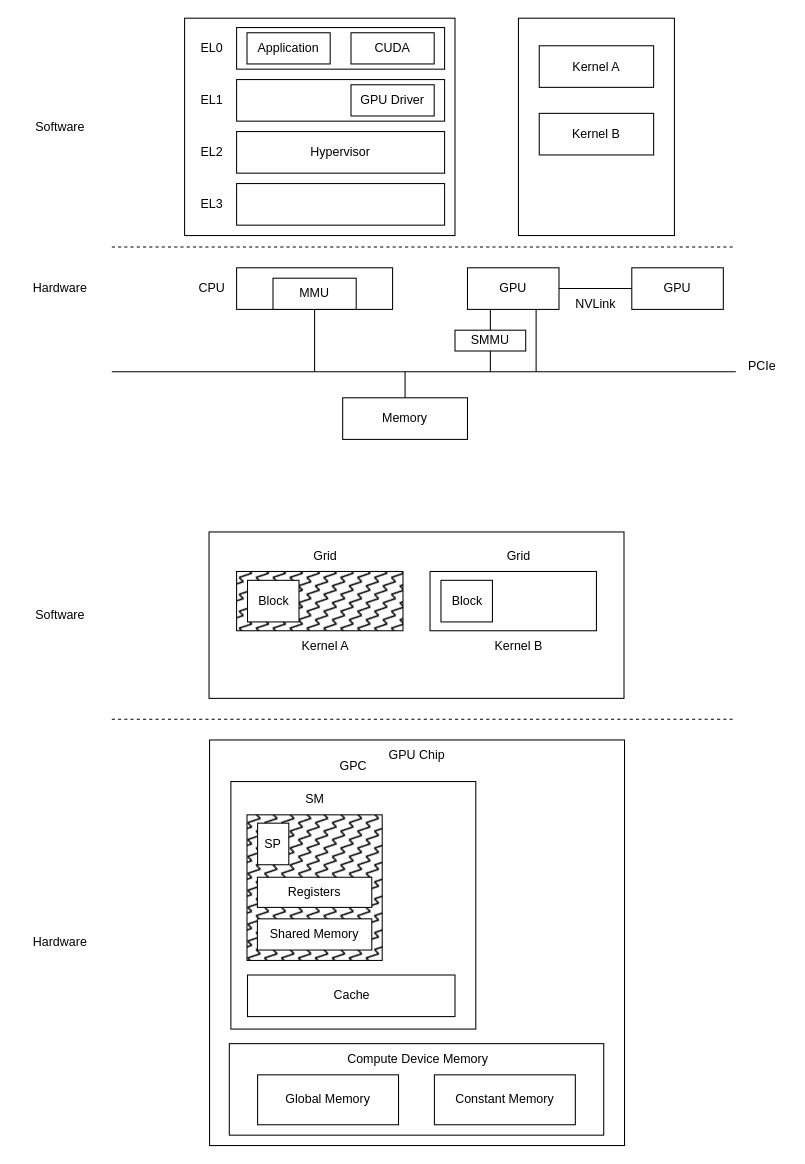
Before: gpu.drawio in qianfei11/draw.io, a draw.io diagram. Source tidied: cells renumbered, new cells numbered last; positions are measured from the earlier drawing's top-left corner, leaving out a move shared by most shapes. Both pictures are drawn from the tidied source at 104%, with x=0, y=0 at pixel (18, 18).
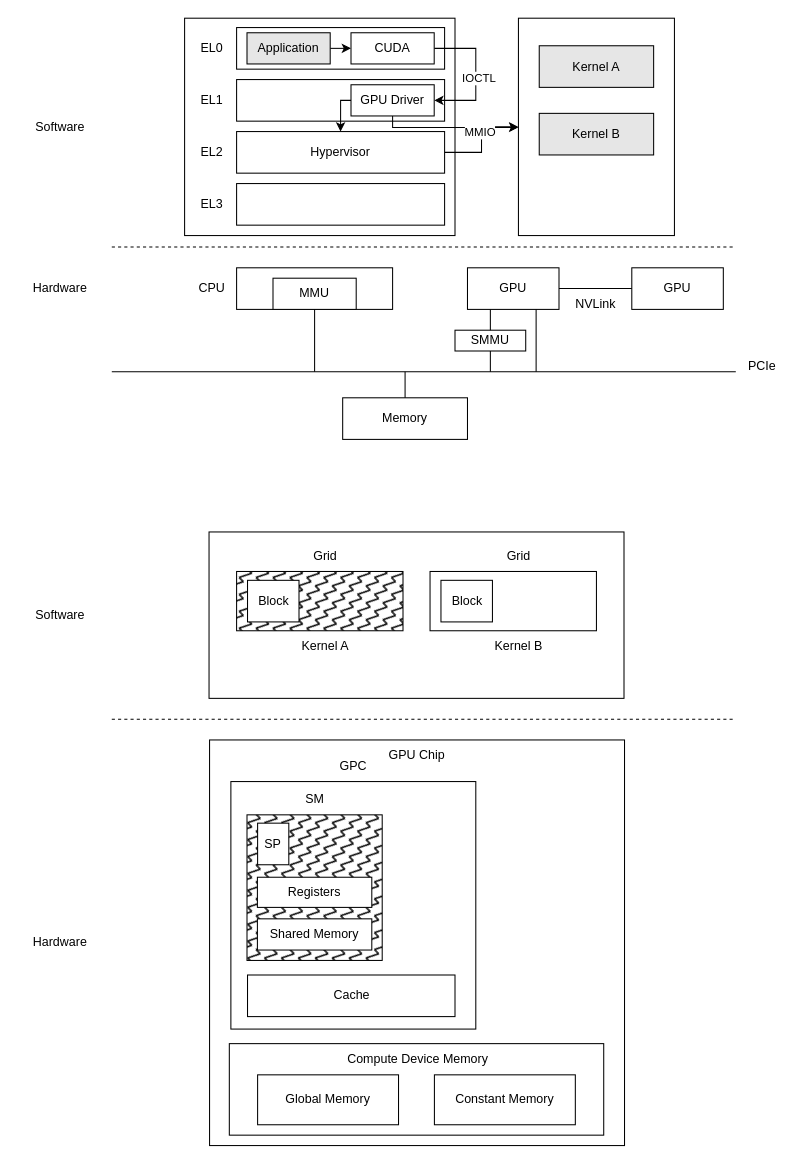
Above is the later version.

The change refers to these unchanged cells:
```xml
<mxCell id="2" style="rounded=0;whiteSpace=wrap;html=1;" parent="1" vertex="1">
  <mxGeometry x="481" width="150" height="209" as="geometry" />
</mxCell>
<mxCell id="12" value="GPU Driver" style="rounded=0;whiteSpace=wrap;html=1;fillStyle=auto;fillColor=#FFFFFF;" parent="1" vertex="1">
  <mxGeometry x="320" y="64" width="80" height="30" as="geometry" />
</mxCell>
<mxCell id="19" value="Hypervisor" style="rounded=0;whiteSpace=wrap;html=1;" parent="1" vertex="1">
  <mxGeometry x="210" y="109" width="200" height="40" as="geometry" />
</mxCell>
<mxCell id="34" value="CUDA" style="rounded=0;whiteSpace=wrap;html=1;fillStyle=auto;fillColor=#FFFFFF;" parent="1" vertex="1">
  <mxGeometry x="320" y="14" width="80" height="30" as="geometry" />
</mxCell>
```

What changed in the source:
```diff
@@
+    <mxCell id="62" style="edgeStyle=orthogonalEdgeStyle;rounded=0;jettySize=auto;html=1;exitX=0;exitY=0.5;exitDx=0;exitDy=0;entryX=0.5;entryY=0;entryDx=0;entryDy=0;" parent="1" edge="1" source="12" target="19">
+      <mxGeometry relative="1" as="geometry" />
+    </mxCell>
+    <mxCell id="63" style="edgeStyle=orthogonalEdgeStyle;rounded=0;jettySize=auto;html=1;exitX=0.5;exitY=1;exitDx=0;exitDy=0;" parent="1" edge="1" source="12" target="2">
+      <mxGeometry relative="1" as="geometry">
+        <Array as="points">
+          <mxPoint x="360" y="105" />
+        </Array>
+      </mxGeometry>
+    </mxCell>
@@
+    <mxCell id="64" style="edgeStyle=orthogonalEdgeStyle;rounded=0;jettySize=auto;html=1;exitX=1;exitY=0.5;exitDx=0;exitDy=0;entryX=0;entryY=0.5;entryDx=0;entryDy=0;" parent="1" edge="1" source="18" target="34">
+      <mxGeometry relative="1" as="geometry" />
+    </mxCell>
-    <mxCell id="18" value="Application" style="rounded=0;whiteSpace=wrap;html=1;fillStyle=auto;fillColor=#FFFFFF;" parent="1" vertex="1">
+    <mxCell id="18" value="Application" style="rounded=0;whiteSpace=wrap;html=1;fillStyle=auto;fillColor=#E6E6E6;" parent="1" vertex="1">
       <mxGeometry x="220" y="14" width="80" height="30" as="geometry" />
     </mxCell>
+    <mxCell id="65" style="edgeStyle=orthogonalEdgeStyle;rounded=0;jettySize=auto;html=1;exitX=1;exitY=0.5;exitDx=0;exitDy=0;entryX=0;entryY=0.5;entryDx=0;entryDy=0;" parent="1" edge="1" source="19" target="2">
+      <mxGeometry relative="1" as="geometry" />
+    </mxCell>
+    <mxCell id="66" value="MMIO" style="edgeLabel;html=1;align=center;verticalAlign=middle;" parent="65" vertex="1">
+      <mxGeometry x="-0.26" y="-3" relative="1" as="geometry">
+        <mxPoint x="-2" y="-23" as="offset" />
+      </mxGeometry>
+    </mxCell>
@@
+    <mxCell id="67" style="edgeStyle=orthogonalEdgeStyle;rounded=0;jettySize=auto;html=1;exitX=1;exitY=0.5;exitDx=0;exitDy=0;entryX=1;entryY=0.5;entryDx=0;entryDy=0;" parent="1" edge="1" source="34" target="12">
+      <mxGeometry relative="1" as="geometry">
+        <Array as="points">
+          <mxPoint x="440" y="29" />
+          <mxPoint x="440" y="79" />
+        </Array>
+      </mxGeometry>
+    </mxCell>
+    <mxCell id="68" value="IOCTL" style="edgeLabel;html=1;align=center;verticalAlign=middle;" parent="67" vertex="1">
+      <mxGeometry x="0.04" y="2" relative="1" as="geometry" />
+    </mxCell>
@@
-    <mxCell id="51" value="Kernel A" style="rounded=0;whiteSpace=wrap;html=1;" parent="1" vertex="1">
+    <mxCell id="51" value="Kernel A" style="rounded=0;whiteSpace=wrap;html=1;fillColor=#E6E6E6;" parent="1" vertex="1">
       <mxGeometry x="501" y="26.5" width="110" height="40" as="geometry" />
     </mxCell>
-    <mxCell id="52" value="Kernel B" style="rounded=0;whiteSpace=wrap;html=1;" parent="1" vertex="1">
+    <mxCell id="52" value="Kernel B" style="rounded=0;whiteSpace=wrap;html=1;fillColor=#E6E6E6;" parent="1" vertex="1">
       <mxGeometry x="501" y="91.5" width="110" height="40" as="geometry" />
     </mxCell>
```
